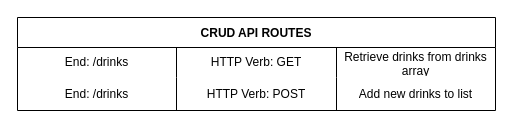
This is planning/endpoint.drawio from scmh001/react-hooks-phase-2-project, a draw.io file, before an edit. Source tidied: cells renumbered, new cells numbered last; positions are measured from the earlier drawing's top-left corner, leaving out a move shared by most shapes. Both pictures are drawn from the tidied source at 100%, with x=0, y=0 at pixel (17, 17).
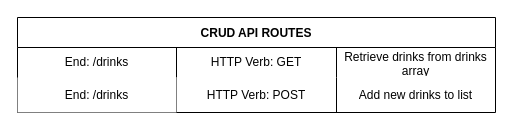
The same page after the edit.

Diff of the diagram source:
```diff
@@
 <mxGraphModel>
   <root>
     <mxCell id="0" />
     <mxCell id="1" parent="0" />
     <mxCell id="2" value="CRUD API ROUTES" style="shape=table;startSize=30;childLayout=tableLayout;rowLines=0;fontStyle=1;strokeColor=default;fillColor=none;" parent="1" vertex="1">
-      <mxGeometry width="478" height="93" as="geometry" />
+      <mxGeometry width="478" height="95" as="geometry" />
     </mxCell>
     <mxCell id="3" style="shape=tableRow;horizontal=0;startSize=0;swimlaneHead=0;swimlaneBody=0;top=0;left=0;bottom=0;right=0;fillColor=none;strokeColor=default;" parent="2" vertex="1">
       <mxGeometry y="30" width="478" height="30" as="geometry" />
     </mxCell>
     <mxCell id="4" value="End: /drinks" style="shape=partialRectangle;html=1;whiteSpace=wrap;fillColor=none;top=0;left=0;bottom=0;right=0;overflow=hidden;strokeColor=default;" parent="3" vertex="1">
       <mxGeometry width="159" height="30" as="geometry" />
     </mxCell>
     <mxCell id="5" value="HTTP Verb: GET" style="shape=partialRectangle;html=1;whiteSpace=wrap;fillColor=none;top=0;left=0;bottom=0;right=0;overflow=hidden;strokeColor=default;fontSize=12;" parent="3" vertex="1">
       <mxGeometry x="159" width="160" height="30" as="geometry" />
     </mxCell>
     <mxCell id="6" value="Retrieve drinks from drinks array" style="shape=partialRectangle;html=1;whiteSpace=wrap;fillColor=none;top=0;left=0;bottom=0;right=0;overflow=hidden;strokeColor=default;" parent="3" vertex="1">
       <mxGeometry x="319" width="159" height="30" as="geometry" />
     </mxCell>
     <mxCell id="7" style="shape=tableRow;horizontal=0;startSize=0;swimlaneHead=0;swimlaneBody=0;top=0;left=0;bottom=0;right=0;fillColor=none;strokeColor=default;" parent="2" vertex="1">
-      <mxGeometry y="60" width="478" height="33" as="geometry" />
+      <mxGeometry y="60" width="478" height="35" as="geometry" />
     </mxCell>
-    <mxCell id="8" value="End: /drinks" style="shape=partialRectangle;html=1;whiteSpace=wrap;fillColor=none;top=0;left=0;bottom=0;right=0;overflow=hidden;strokeColor=default;" parent="7" vertex="1">
-      <mxGeometry width="159" height="33" as="geometry" />
+    <mxCell id="8" value="End: /drinks" style="shape=partialRectangle;html=1;whiteSpace=wrap;fillColor=default;top=0;left=0;bottom=0;right=0;overflow=hidden;strokeColor=default;" parent="7" vertex="1">
+      <mxGeometry width="159" height="35" as="geometry" />
     </mxCell>
     <mxCell id="9" value="HTTP Verb: POST" style="shape=partialRectangle;html=1;whiteSpace=wrap;fillColor=none;top=0;left=0;bottom=0;right=0;overflow=hidden;strokeColor=default;" parent="7" vertex="1">
-      <mxGeometry x="159" width="160" height="33" as="geometry" />
+      <mxGeometry x="159" width="160" height="35" as="geometry" />
     </mxCell>
     <mxCell id="10" value="Add new drinks to list" style="shape=partialRectangle;html=1;whiteSpace=wrap;fillColor=none;top=0;left=0;bottom=0;right=0;overflow=hidden;strokeColor=default;" parent="7" vertex="1">
-      <mxGeometry x="319" width="159" height="33" as="geometry" />
+      <mxGeometry x="319" width="159" height="35" as="geometry" />
     </mxCell>
   </root>
 </mxGraphModel>
```
